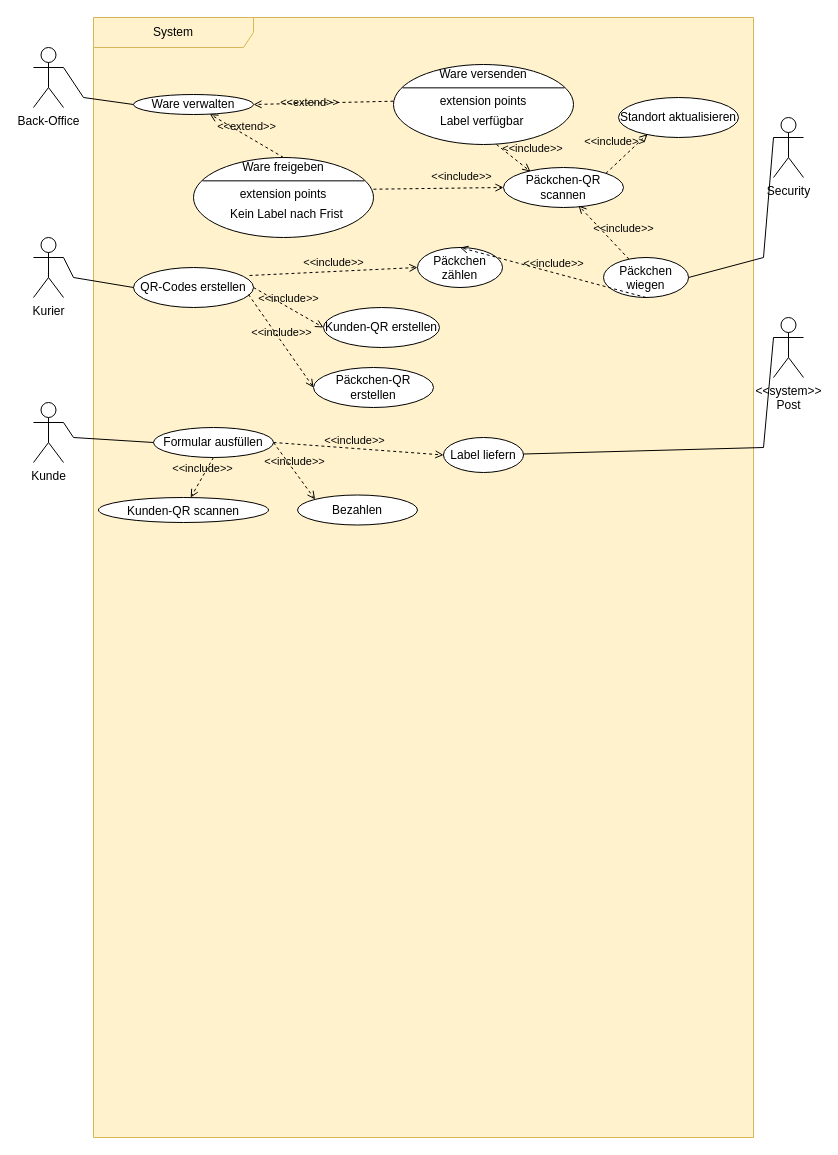
The draw.io diagram lb_use-case-big.drawio in ferreric/ffhs_swem, before the edit. Source tidied: cells renumbered, new cells numbered last; positions are measured from the earlier drawing's top-left corner, leaving out a move shared by most shapes. Both pictures are drawn from the tidied source at 100%, with x=0, y=0 at pixel (33, 17).
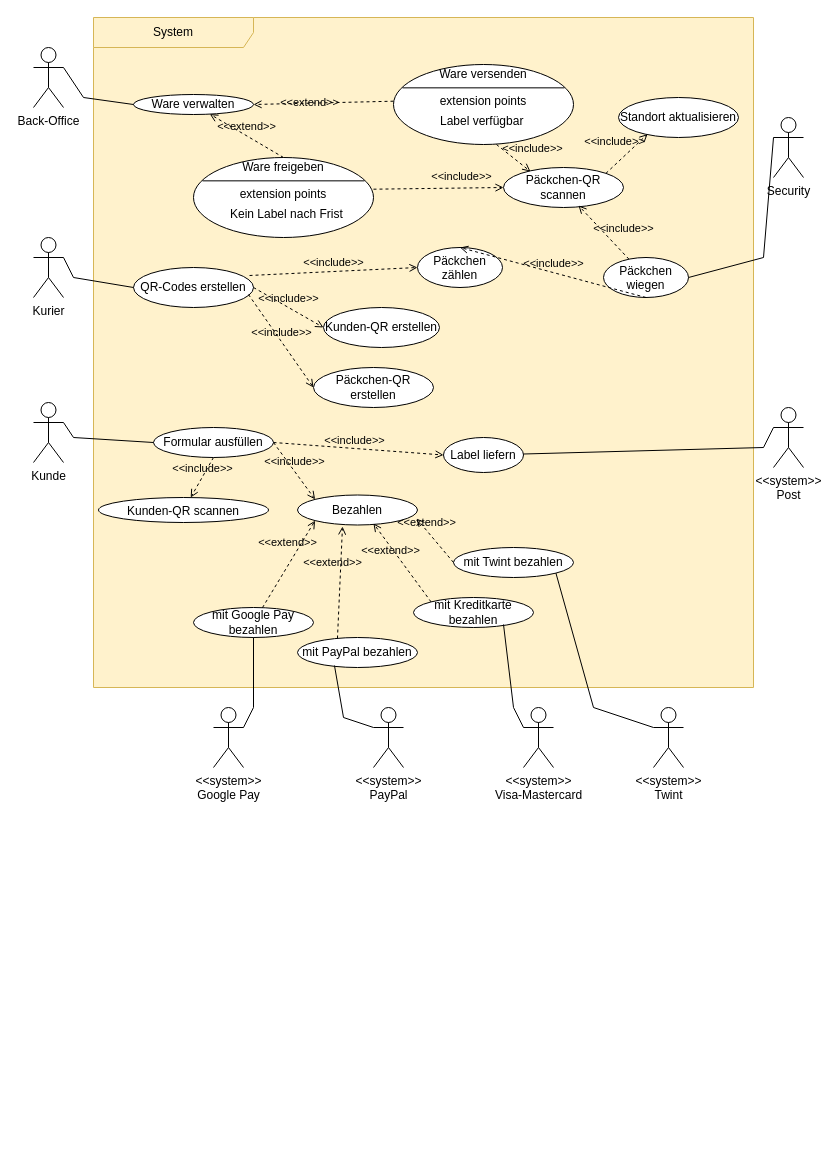
After the change.

Commit message:
lb_use-case-big.drawio payment-optionen ergänzt

Unchanged cells that the change refers to:
```xml
<mxCell id="10" value="Bezahlen" style="ellipse;whiteSpace=wrap;html=1;" parent="2" vertex="1">
  <mxGeometry x="204" y="477.5" width="120" height="30" as="geometry" />
</mxCell>
```

Change to the diagram source:
```diff
@@
     <mxCell id="2" value="System" style="shape=umlFrame;whiteSpace=wrap;html=1;width=160;fillStyle=auto;fillColor=#fff2cc;strokeColor=#d6b656;noLabel=0;gradientColor=none;swimlaneFillColor=#FFF2CC;" parent="1" vertex="1">
-      <mxGeometry x="60" width="660" height="1120" as="geometry" />
+      <mxGeometry x="60" width="660" height="670" as="geometry" />
     </mxCell>
@@
+    <mxCell id="48" value="mit Twint bezahlen" style="ellipse;whiteSpace=wrap;html=1;" parent="2" vertex="1">
+      <mxGeometry x="360" y="530" width="120" height="30" as="geometry" />
+    </mxCell>
+    <mxCell id="49" value="mit Kreditkarte bezahlen" style="ellipse;whiteSpace=wrap;html=1;" parent="2" vertex="1">
+      <mxGeometry x="320" y="580" width="120" height="30" as="geometry" />
+    </mxCell>
+    <mxCell id="50" value="mit Google Pay bezahlen" style="ellipse;whiteSpace=wrap;html=1;" parent="2" vertex="1">
+      <mxGeometry x="100" y="590" width="120" height="30" as="geometry" />
+    </mxCell>
+    <mxCell id="51" value="mit PayPal bezahlen" style="ellipse;whiteSpace=wrap;html=1;" parent="2" vertex="1">
+      <mxGeometry x="204" y="620" width="120" height="30" as="geometry" />
+    </mxCell>
+    <mxCell id="52" value="&amp;lt;&amp;lt;extend&amp;gt;&amp;gt;" style="html=1;verticalAlign=bottom;labelBackgroundColor=none;endArrow=open;endFill=0;dashed=1;rounded=0;entryX=0;entryY=1;entryDx=0;entryDy=0;" parent="2" edge="1" source="50" target="10">
+      <mxGeometry x="0.2" y="8" relative="1" as="geometry" />
+    </mxCell>
+    <mxCell id="53" value="&amp;lt;&amp;lt;extend&amp;gt;&amp;gt;" style="html=1;verticalAlign=bottom;labelBackgroundColor=none;endArrow=open;endFill=0;dashed=1;rounded=0;exitX=0.333;exitY=0.033;exitDx=0;exitDy=0;entryX=0.375;entryY=1.05;entryDx=0;entryDy=0;entryPerimeter=0;exitPerimeter=0;" parent="2" edge="1" source="51" target="10">
+      <mxGeometry x="0.2" y="8" relative="1" as="geometry" />
+    </mxCell>
+    <mxCell id="54" value="&amp;lt;&amp;lt;extend&amp;gt;&amp;gt;" style="html=1;verticalAlign=bottom;labelBackgroundColor=none;endArrow=open;endFill=0;dashed=1;rounded=0;exitX=0;exitY=0;exitDx=0;exitDy=0;entryX=0.633;entryY=0.95;entryDx=0;entryDy=0;entryPerimeter=0;" parent="2" edge="1" source="49" target="10">
+      <mxGeometry x="0.2" y="8" relative="1" as="geometry" />
+    </mxCell>
+    <mxCell id="55" value="&amp;lt;&amp;lt;extend&amp;gt;&amp;gt;" style="html=1;verticalAlign=bottom;labelBackgroundColor=none;endArrow=open;endFill=0;dashed=1;rounded=0;exitX=0;exitY=0.5;exitDx=0;exitDy=0;entryX=0.992;entryY=0.783;entryDx=0;entryDy=0;entryPerimeter=0;" parent="2" edge="1" source="48" target="10">
+      <mxGeometry x="0.43" y="1" relative="1" as="geometry" />
+    </mxCell>
@@
     <mxCell id="37" value="&lt;div&gt;&amp;lt;&amp;lt;system&amp;gt;&amp;gt;&lt;/div&gt;&lt;div&gt;Post&lt;br&gt;&lt;/div&gt;" style="shape=umlActor;verticalLabelPosition=bottom;verticalAlign=top;html=1;" parent="1" vertex="1">
-      <mxGeometry x="740" y="300" width="30" height="60" as="geometry" />
+      <mxGeometry x="740" y="390" width="30" height="60" as="geometry" />
     </mxCell>
@@
+    <mxCell id="56" value="&lt;div&gt;&amp;lt;&amp;lt;system&amp;gt;&amp;gt;&lt;/div&gt;&lt;div&gt;Google Pay&lt;br&gt;&lt;/div&gt;" style="shape=umlActor;verticalLabelPosition=bottom;verticalAlign=top;html=1;" parent="1" vertex="1">
+      <mxGeometry x="180" y="690" width="30" height="60" as="geometry" />
+    </mxCell>
+    <mxCell id="57" value="&lt;div&gt;&amp;lt;&amp;lt;system&amp;gt;&amp;gt;&lt;/div&gt;&lt;div&gt;PayPal&lt;br&gt;&lt;/div&gt;" style="shape=umlActor;verticalLabelPosition=bottom;verticalAlign=top;html=1;" parent="1" vertex="1">
+      <mxGeometry x="340" y="690" width="30" height="60" as="geometry" />
+    </mxCell>
+    <mxCell id="58" value="&lt;div&gt;&amp;lt;&amp;lt;system&amp;gt;&amp;gt;&lt;/div&gt;&lt;div&gt;Visa-Mastercard&lt;br&gt;&lt;/div&gt;" style="shape=umlActor;verticalLabelPosition=bottom;verticalAlign=top;html=1;" parent="1" vertex="1">
+      <mxGeometry x="490" y="690" width="30" height="60" as="geometry" />
+    </mxCell>
+    <mxCell id="59" value="&lt;div&gt;&amp;lt;&amp;lt;system&amp;gt;&amp;gt;&lt;/div&gt;&lt;div&gt;Twint&lt;br&gt;&lt;/div&gt;" style="shape=umlActor;verticalLabelPosition=bottom;verticalAlign=top;html=1;" parent="1" vertex="1">
+      <mxGeometry x="620" y="690" width="30" height="60" as="geometry" />
+    </mxCell>
+    <mxCell id="60" style="endArrow=none;html=1;rounded=0;exitX=1;exitY=0.3333333333333333;exitDx=0;exitDy=0;exitPerimeter=0;entryX=0.5;entryY=1;entryDx=0;entryDy=0;" parent="1" edge="1" source="56" target="50">
+      <mxGeometry relative="1" as="geometry">
+        <Array as="points">
+          <mxPoint x="220" y="690" />
+        </Array>
+      </mxGeometry>
+    </mxCell>
+    <mxCell id="61" style="endArrow=none;html=1;rounded=0;exitX=0;exitY=0.3333333333333333;exitDx=0;exitDy=0;exitPerimeter=0;entryX=0.308;entryY=0.933;entryDx=0;entryDy=0;entryPerimeter=0;" parent="1" edge="1" source="57" target="51">
+      <mxGeometry relative="1" as="geometry">
+        <Array as="points">
+          <mxPoint x="310" y="700" />
+        </Array>
+      </mxGeometry>
+    </mxCell>
+    <mxCell id="62" style="endArrow=none;html=1;rounded=0;exitX=0;exitY=0.3333333333333333;exitDx=0;exitDy=0;exitPerimeter=0;entryX=0.75;entryY=0.9;entryDx=0;entryDy=0;entryPerimeter=0;" parent="1" edge="1" source="58" target="49">
+      <mxGeometry relative="1" as="geometry">
+        <Array as="points">
+          <mxPoint x="480" y="690" />
+        </Array>
+      </mxGeometry>
+    </mxCell>
+    <mxCell id="63" style="endArrow=none;html=1;rounded=0;entryX=1;entryY=1;entryDx=0;entryDy=0;exitX=0;exitY=0.3333333333333333;exitDx=0;exitDy=0;exitPerimeter=0;" parent="1" edge="1" source="59" target="48">
+      <mxGeometry relative="1" as="geometry">
+        <Array as="points">
+          <mxPoint x="560" y="690" />
+        </Array>
+      </mxGeometry>
+    </mxCell>
```
